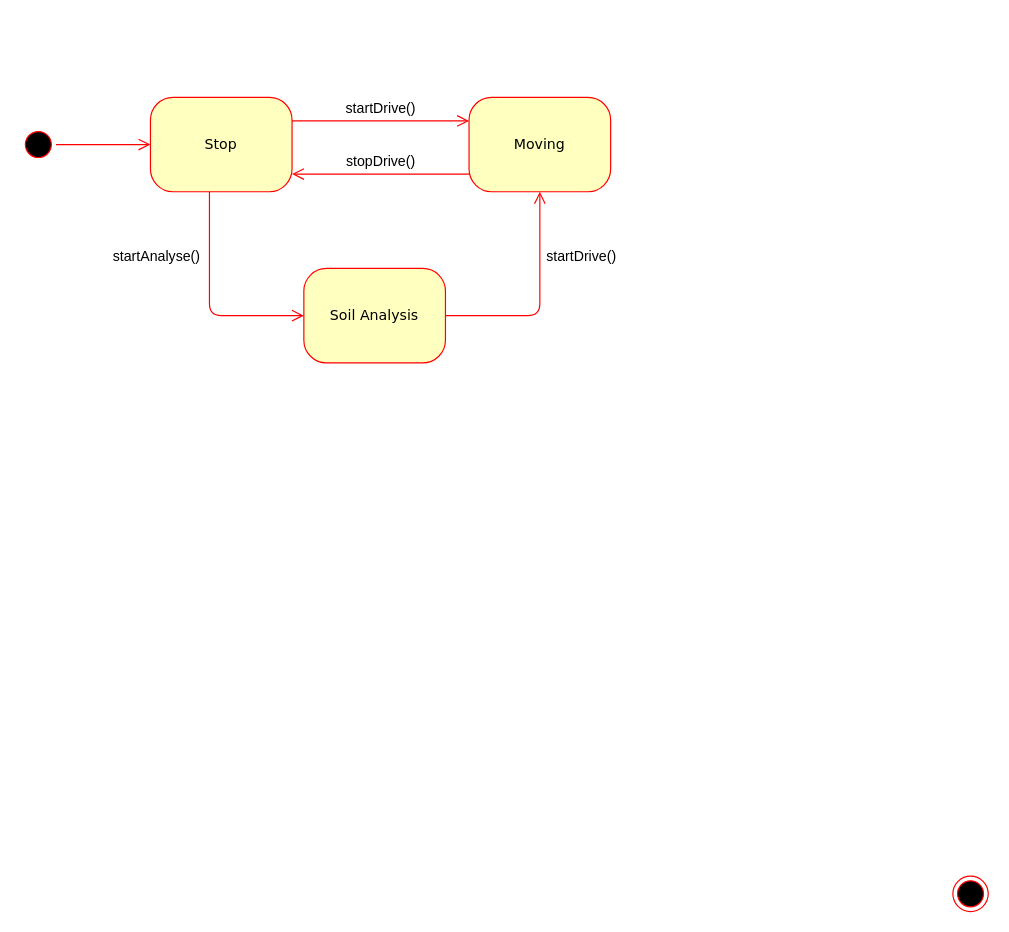
Calmen00-code/Mars-Project keeps this draw.io diagram as page "Page-1" (1 of 2) of States Diagram.drawio. Above is the earlier version. Source tidied: cells renumbered, new cells numbered last; positions are measured from the earlier drawing's top-left corner, leaving out a move shared by most shapes. Both pictures are drawn from the tidied source at 118%, with x=0, y=0 at pixel (20, 97).
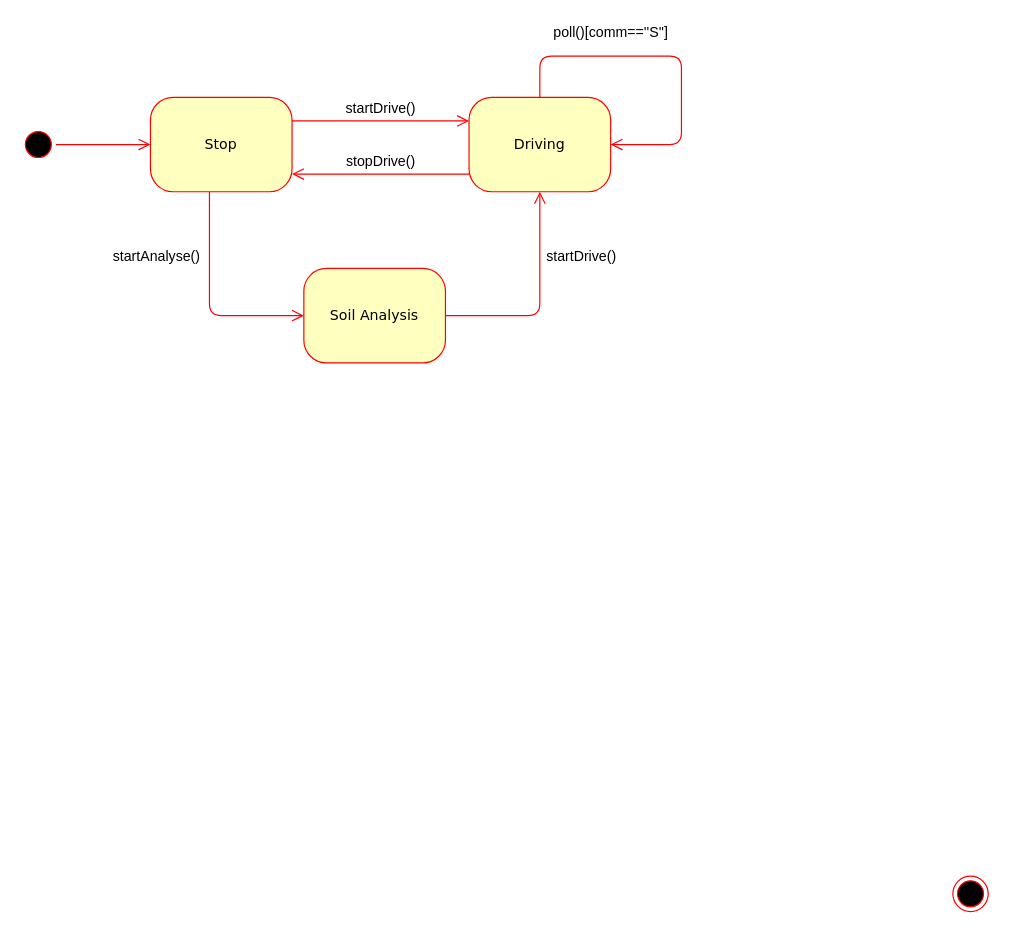
The same diagram, later.

What changed in the source:
```diff
@@
-    <mxCell id="4" value="Moving" style="rounded=1;whiteSpace=wrap;html=1;arcSize=24;fillColor=#ffffc0;strokeColor=#ff0000;shadow=0;comic=0;labelBackgroundColor=none;fontFamily=Verdana;fontSize=12;fontColor=#000000;align=center;" parent="1" vertex="1">
+    <mxCell id="4" value="Driving" style="rounded=1;whiteSpace=wrap;html=1;arcSize=24;fillColor=#ffffc0;strokeColor=#ff0000;shadow=0;comic=0;labelBackgroundColor=none;fontFamily=Verdana;fontSize=12;fontColor=#000000;align=center;" parent="1" vertex="1">
       <mxGeometry x="380" width="120" height="80" as="geometry" />
     </mxCell>
@@
+    <mxCell id="16" style="edgeStyle=orthogonalEdgeStyle;html=1;labelBackgroundColor=none;endArrow=open;endSize=8;strokeColor=#ff0000;fontFamily=Verdana;fontSize=12;align=left;exitX=0.5;exitY=0;exitDx=0;exitDy=0;" parent="1" edge="1" source="4" target="4">
+      <mxGeometry relative="1" as="geometry">
+        <Array as="points">
+          <mxPoint x="440" y="-35" />
+          <mxPoint x="560" y="-35" />
+          <mxPoint x="560" y="40" />
+        </Array>
+      </mxGeometry>
+    </mxCell>
+    <mxCell id="17" value="poll()[comm==''S'']" style="text;html=1;align=center;verticalAlign=middle;strokeColor=none;" parent="1" vertex="1">
+      <mxGeometry x="445" y="-65" width="110" height="20" as="geometry" />
+    </mxCell>
```
